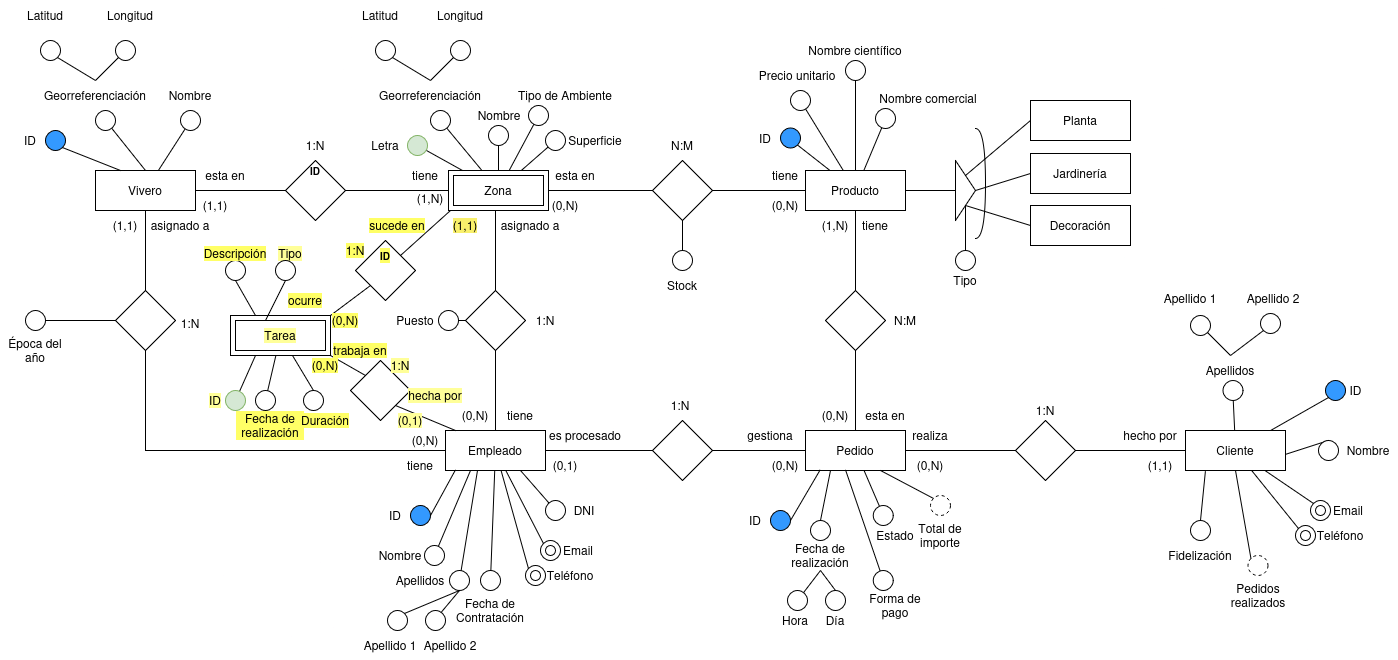
Earlier version of the draw.io export p3/Viveros_modi.drawio.png (GersanCabo/practicas-ADBD). Source tidied: cells renumbered, new cells last; positions are measured from the earlier drawing's top-left corner, leaving out a move shared by most shapes.
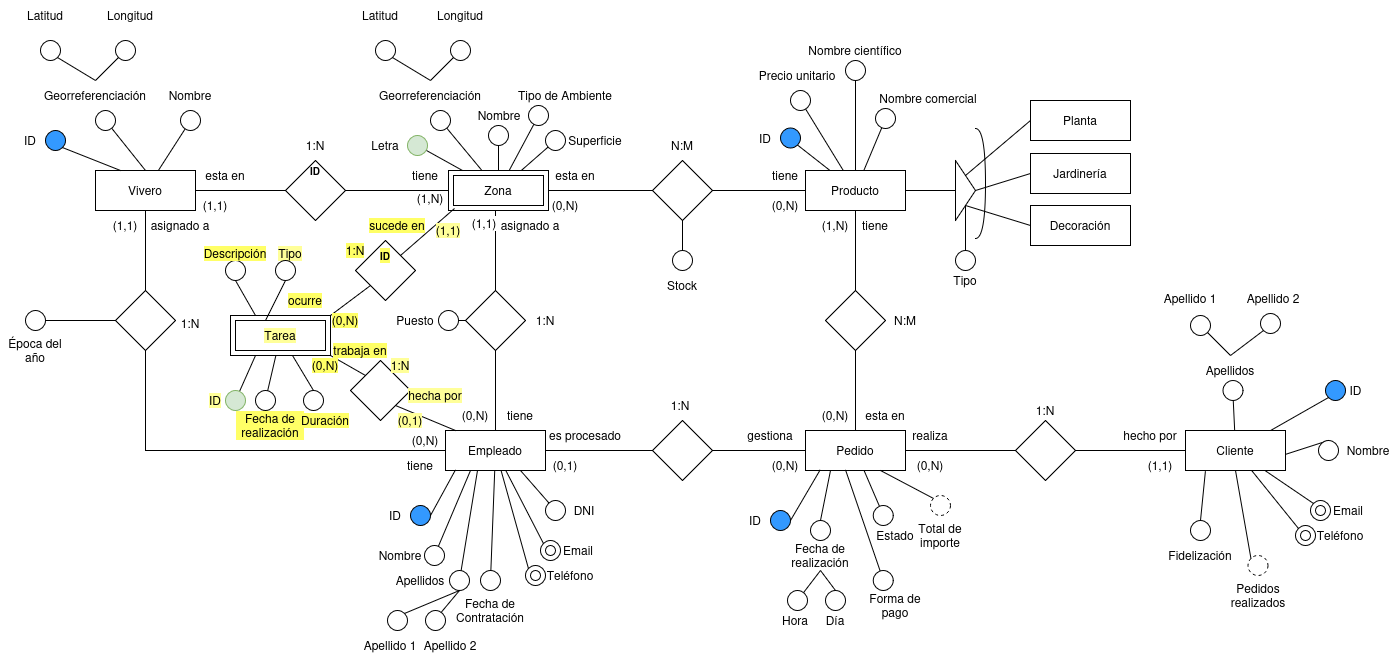
After the change.

Diff of the diagram source:
```diff
@@ -136,8 +136,8 @@
     <mxCell id="45" style="rhombus;whiteSpace=wrap;html=1;shapeInside=1;" parent="1" vertex="1">
       <mxGeometry x="465" y="290" width="60" height="60" as="geometry" />
     </mxCell>
-    <mxCell id="46" value="(1,1)" style="text;html=1;whiteSpace=wrap;strokeColor=none;fillColor=none;align=center;verticalAlign=middle;rounded=0;labelBackgroundColor=light-dark(#f9f06b, #ededed);" parent="1" vertex="1">
-      <mxGeometry x="435" y="210" width="60" height="30" as="geometry" />
+    <mxCell id="46" value="(1,1)" style="text;html=1;whiteSpace=wrap;strokeColor=none;fillColor=none;align=center;verticalAlign=middle;rounded=0;labelBackgroundColor=light-dark(#FFFFFF,#EDEDED);" parent="1" vertex="1">
+      <mxGeometry x="454" y="208" width="60" height="30" as="geometry" />
     </mxCell>
     <mxCell id="47" value="asignado a" style="text;html=1;whiteSpace=wrap;strokeColor=none;fillColor=none;align=center;verticalAlign=middle;rounded=0;" parent="1" vertex="1">
       <mxGeometry x="495" y="210" width="70" height="30" as="geometry" />
@@ -655,7 +655,7 @@
     <mxCell id="215" value="Tarea" style="shape=ext;margin=3;double=1;whiteSpace=wrap;html=1;align=center;labelBackgroundColor=light-dark(#FFFF99,#EDEDED);" parent="1" vertex="1">
       <mxGeometry x="230" y="315" width="100" height="40" as="geometry" />
     </mxCell>
-    <mxCell id="216" style="rounded=0;jettySize=auto;html=1;exitX=1;exitY=0;exitDx=0;exitDy=0;entryX=0.25;entryY=0;entryDx=0;entryDy=0;endArrow=none;endFill=0;" parent="1" edge="1" source="217" target="46">
+    <mxCell id="216" style="rounded=0;jettySize=auto;html=1;exitX=1;exitY=0;exitDx=0;exitDy=0;entryX=0;entryY=0;entryDx=0;entryDy=0;endArrow=none;endFill=0;" parent="1" edge="1" source="217" target="46">
       <mxGeometry relative="1" as="geometry" />
     </mxCell>
     <mxCell id="217" style="rhombus;whiteSpace=wrap;html=1;shapeInside=1;labelBackgroundColor=#FFFFCC;" parent="1" vertex="1">
@@ -744,5 +744,8 @@
     <mxCell id="244" value="1:N" style="text;html=1;whiteSpace=wrap;strokeColor=none;fillColor=none;align=center;verticalAlign=middle;rounded=0;labelBackgroundColor=#FFFF99;" parent="1" vertex="1">
       <mxGeometry x="370" y="350" width="60" height="30" as="geometry" />
     </mxCell>
+    <mxCell id="245" value="(1,1)" style="text;html=1;whiteSpace=wrap;strokeColor=none;fillColor=none;align=center;verticalAlign=middle;rounded=0;labelBackgroundColor=light-dark(#FFFF99,#EDEDED);" parent="1" vertex="1">
+      <mxGeometry x="418" y="215" width="60" height="30" as="geometry" />
+    </mxCell>
   </root>
 </mxGraphModel>
```
